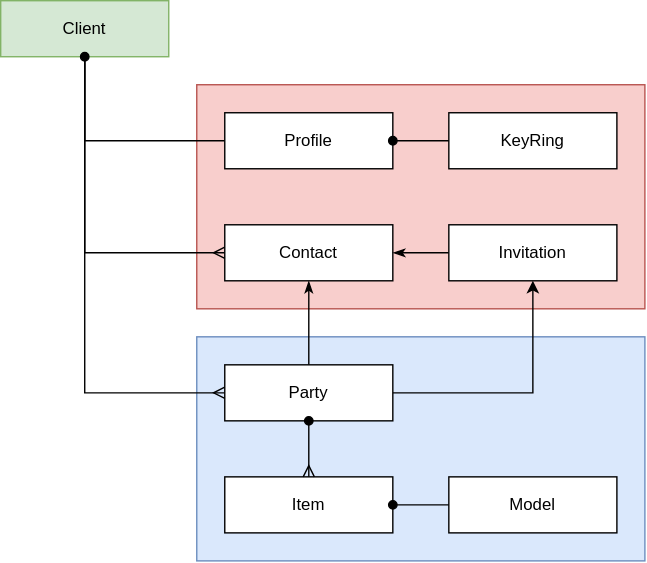
Above: docs/content/diagrams/api.svg in dxos-deprecated/sdk (draw.io), before the change. Source tidied: cells renumbered, new cells last; positions are measured from the earlier drawing's top-left corner, leaving out a move shared by most shapes.
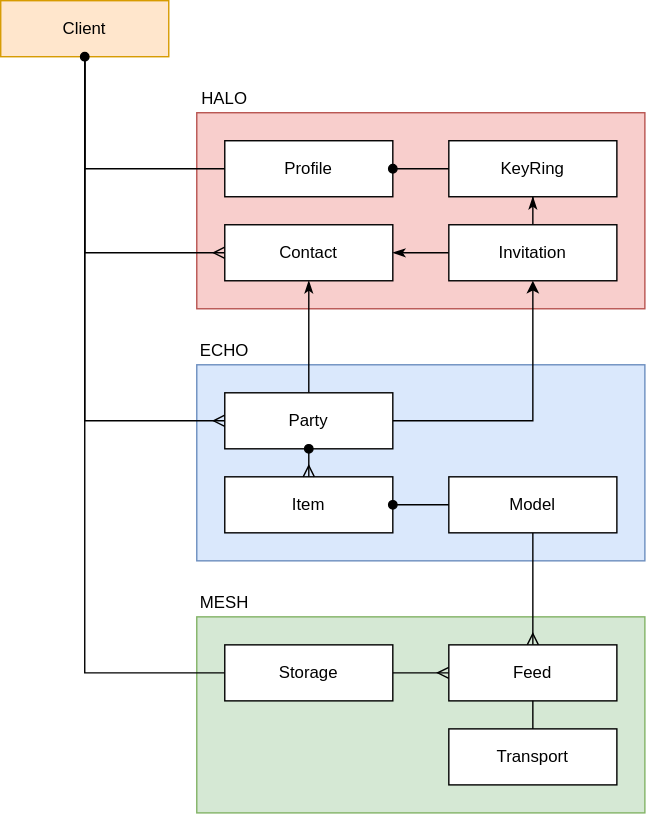
Above is the later version.

The edit, as a diff of the source:
```diff
@@ -2,14 +2,20 @@
   <root>
     <mxCell id="0" />
     <mxCell id="1" parent="0" />
+    <mxCell id="21" style="rounded=0;whiteSpace=wrap;html=1;fillColor=#d5e8d4;strokeColor=#82b366;" parent="1" vertex="1">
+      <mxGeometry x="140" y="420" width="320" height="140" as="geometry" />
+    </mxCell>
     <mxCell id="2" style="rounded=0;whiteSpace=wrap;html=1;fillColor=#dae8fc;strokeColor=#6c8ebf;" parent="1" vertex="1">
-      <mxGeometry x="140" y="240" width="320" height="160" as="geometry" />
+      <mxGeometry x="140" y="240" width="320" height="140" as="geometry" />
     </mxCell>
     <mxCell id="3" style="rounded=0;whiteSpace=wrap;html=1;fillColor=#f8cecc;strokeColor=#b85450;" parent="1" vertex="1">
-      <mxGeometry x="140" y="60" width="320" height="160" as="geometry" />
+      <mxGeometry x="140" y="60" width="320" height="140" as="geometry" />
     </mxCell>
+    <mxCell id="22" style="edgeStyle=orthogonalEdgeStyle;rounded=0;jettySize=auto;html=1;exitX=0.5;exitY=1;exitDx=0;exitDy=0;entryX=0;entryY=0.5;entryDx=0;entryDy=0;startArrow=none;startFill=0;endArrow=none;endFill=0;" parent="1" edge="1" source="4" target="28">
+      <mxGeometry relative="1" as="geometry" />
+    </mxCell>
-    <mxCell id="4" value="Client" style="rounded=0;whiteSpace=wrap;html=1;fillColor=#d5e8d4;strokeColor=#82b366;" parent="1" vertex="1">
-      <mxGeometry width="120" height="40" as="geometry" />
+    <mxCell id="4" value="Client" style="rounded=0;whiteSpace=wrap;html=1;fillColor=#ffe6cc;strokeColor=#d79b00;" parent="1" vertex="1">
+      <mxGeometry y="-20" width="120" height="40" as="geometry" />
     </mxCell>
     <mxCell id="5" style="edgeStyle=orthogonalEdgeStyle;rounded=0;jettySize=auto;html=1;exitX=0.5;exitY=1;exitDx=0;exitDy=0;endArrow=none;endFill=0;startArrow=oval;startFill=1;entryX=0;entryY=0.5;entryDx=0;entryDy=0;" parent="1" edge="1" source="4" target="8">
       <mxGeometry relative="1" as="geometry" />
@@ -33,19 +39,25 @@
       <mxGeometry x="160" y="260" width="120" height="40" as="geometry" />
     </mxCell>
     <mxCell id="12" value="Contact" style="rounded=0;whiteSpace=wrap;html=1;" parent="1" vertex="1">
-      <mxGeometry x="160" y="160" width="120" height="40" as="geometry" />
+      <mxGeometry x="160" y="140" width="120" height="40" as="geometry" />
     </mxCell>
     <mxCell id="13" style="edgeStyle=orthogonalEdgeStyle;rounded=0;jettySize=auto;html=1;exitX=0;exitY=0.5;exitDx=0;exitDy=0;startArrow=none;startFill=0;endArrow=classicThin;endFill=1;" parent="1" edge="1" source="14" target="12">
       <mxGeometry relative="1" as="geometry" />
     </mxCell>
+    <mxCell id="23" style="edgeStyle=orthogonalEdgeStyle;rounded=0;jettySize=auto;html=1;exitX=0.5;exitY=0;exitDx=0;exitDy=0;startArrow=none;startFill=0;endArrow=classicThin;endFill=1;" parent="1" edge="1" source="14" target="19">
+      <mxGeometry relative="1" as="geometry" />
+    </mxCell>
     <mxCell id="14" value="Invitation" style="rounded=0;whiteSpace=wrap;html=1;" parent="1" vertex="1">
-      <mxGeometry x="320" y="160" width="120" height="40" as="geometry" />
+      <mxGeometry x="320" y="140" width="120" height="40" as="geometry" />
     </mxCell>
     <mxCell id="15" value="Item" style="rounded=0;whiteSpace=wrap;html=1;" parent="1" vertex="1">
-      <mxGeometry x="160" y="340" width="120" height="40" as="geometry" />
+      <mxGeometry x="160" y="320" width="120" height="40" as="geometry" />
     </mxCell>
+    <mxCell id="24" style="edgeStyle=orthogonalEdgeStyle;rounded=0;jettySize=auto;html=1;exitX=0.5;exitY=1;exitDx=0;exitDy=0;startArrow=none;startFill=0;endArrow=ERmany;endFill=0;" parent="1" edge="1" source="16" target="30">
+      <mxGeometry relative="1" as="geometry" />
+    </mxCell>
     <mxCell id="16" value="Model" style="rounded=0;whiteSpace=wrap;html=1;" parent="1" vertex="1">
-      <mxGeometry x="320" y="340" width="120" height="40" as="geometry" />
+      <mxGeometry x="320" y="320" width="120" height="40" as="geometry" />
     </mxCell>
     <mxCell id="17" style="edgeStyle=orthogonalEdgeStyle;rounded=0;jettySize=auto;html=1;exitX=1;exitY=0.5;exitDx=0;exitDy=0;startArrow=oval;startFill=1;endArrow=none;endFill=0;" parent="1" edge="1" source="15" target="16">
       <mxGeometry relative="1" as="geometry" />
@@ -59,5 +71,29 @@
     <mxCell id="20" style="edgeStyle=orthogonalEdgeStyle;rounded=0;jettySize=auto;html=1;exitX=1;exitY=0.5;exitDx=0;exitDy=0;startArrow=oval;startFill=1;endArrow=none;endFill=0;" parent="1" edge="1" source="8" target="19">
       <mxGeometry relative="1" as="geometry" />
     </mxCell>
+    <mxCell id="25" value="HALO" style="text;html=1;strokeColor=none;fillColor=none;align=center;verticalAlign=middle;whiteSpace=wrap;rounded=0;" parent="1" vertex="1">
+      <mxGeometry x="140" y="40" width="40" height="20" as="geometry" />
+    </mxCell>
+    <mxCell id="26" value="ECHO" style="text;html=1;strokeColor=none;fillColor=none;align=center;verticalAlign=middle;whiteSpace=wrap;rounded=0;" parent="1" vertex="1">
+      <mxGeometry x="140" y="220" width="40" height="20" as="geometry" />
+    </mxCell>
+    <mxCell id="27" style="edgeStyle=orthogonalEdgeStyle;rounded=0;jettySize=auto;html=1;exitX=1;exitY=0.5;exitDx=0;exitDy=0;startArrow=none;startFill=0;endArrow=ERmany;endFill=0;" parent="1" edge="1" source="28" target="30">
+      <mxGeometry relative="1" as="geometry" />
+    </mxCell>
+    <mxCell id="28" value="Storage" style="rounded=0;whiteSpace=wrap;html=1;" parent="1" vertex="1">
+      <mxGeometry x="160" y="440" width="120" height="40" as="geometry" />
+    </mxCell>
+    <mxCell id="29" value="MESH" style="text;html=1;strokeColor=none;fillColor=none;align=center;verticalAlign=middle;whiteSpace=wrap;rounded=0;" parent="1" vertex="1">
+      <mxGeometry x="140" y="400" width="40" height="20" as="geometry" />
+    </mxCell>
+    <mxCell id="30" value="Feed" style="rounded=0;whiteSpace=wrap;html=1;" parent="1" vertex="1">
+      <mxGeometry x="320" y="440" width="120" height="40" as="geometry" />
+    </mxCell>
+    <mxCell id="31" style="edgeStyle=orthogonalEdgeStyle;rounded=0;jettySize=auto;html=1;exitX=0.5;exitY=0;exitDx=0;exitDy=0;startArrow=none;startFill=0;endArrow=none;endFill=0;" parent="1" edge="1" source="32" target="30">
+      <mxGeometry relative="1" as="geometry" />
+    </mxCell>
+    <mxCell id="32" value="Transport" style="rounded=0;whiteSpace=wrap;html=1;" parent="1" vertex="1">
+      <mxGeometry x="320" y="500" width="120" height="40" as="geometry" />
+    </mxCell>
   </root>
 </mxGraphModel>
```
